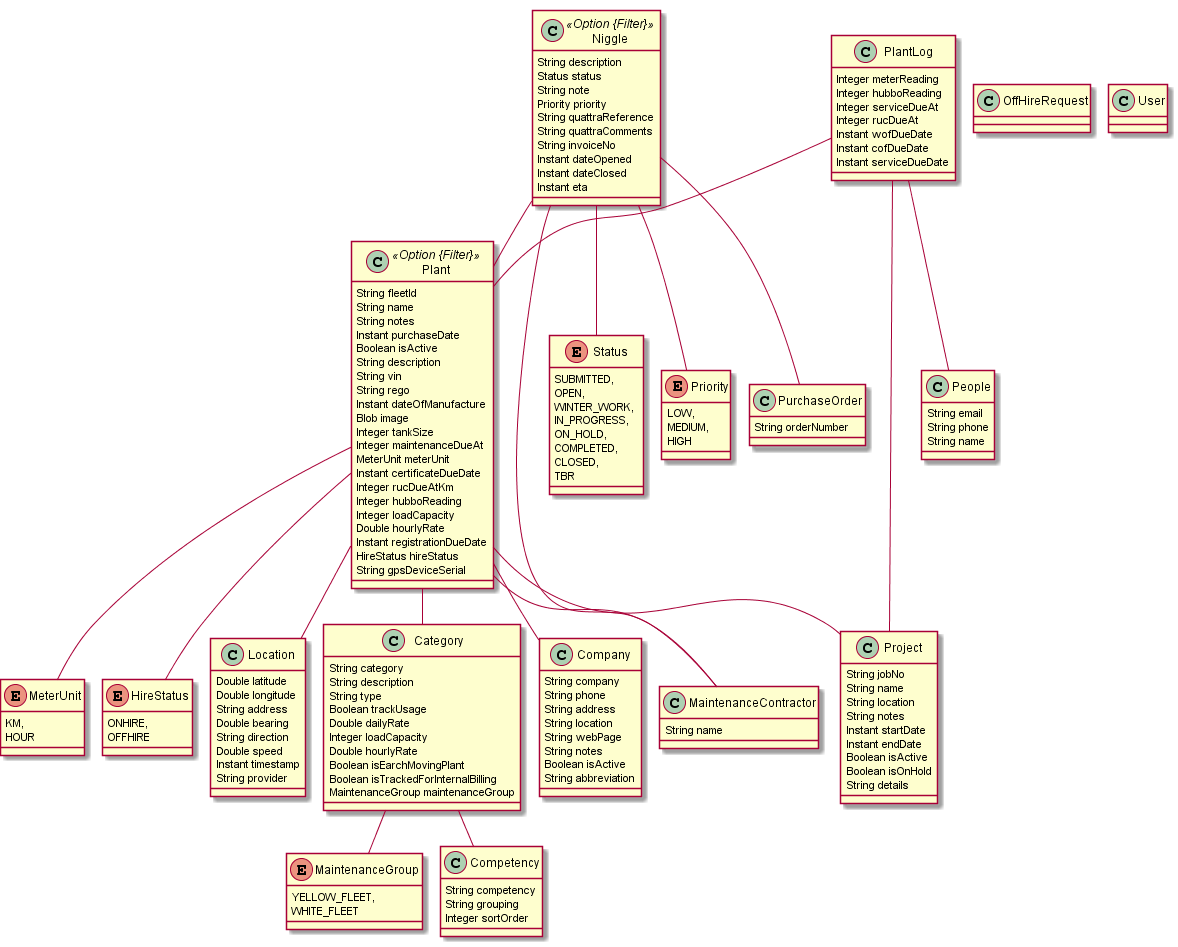
Above: jhipster-jdl.png in LIUTaichen/newShirley (PlantUML), before the change.
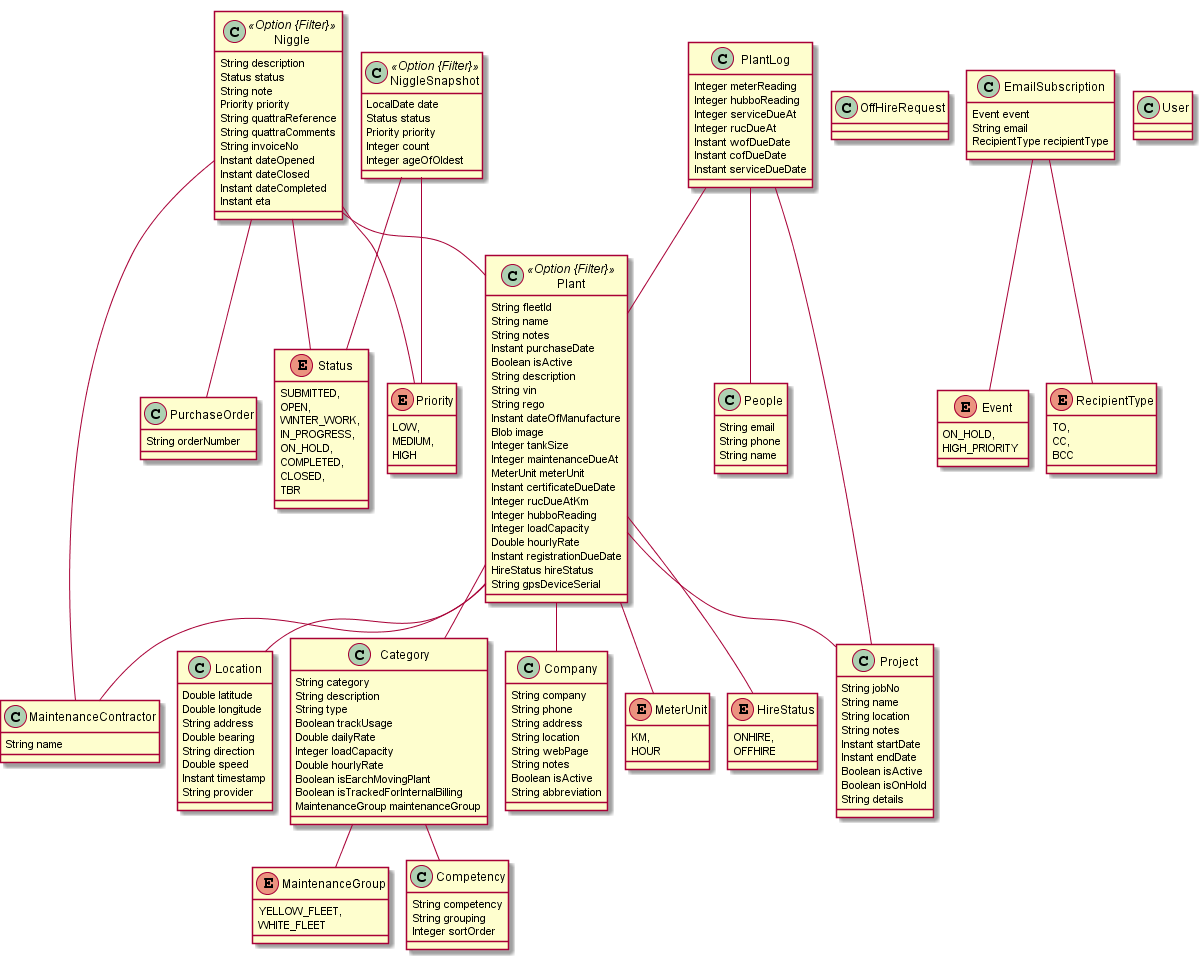
Above is the later version.

Diff of the diagram source:
```diff
@@ -103,6 +103,7 @@
 		String invoiceNo
 		Instant dateOpened
 		Instant dateClosed
+		Instant dateCompleted
 		Instant eta
 	}
 	Niggle ..> Status
@@ -134,6 +135,31 @@
 	class PurchaseOrder  {
 		String orderNumber
 	}
+	class NiggleSnapshot <<Option {Filter}>> {
+		LocalDate date
+		Status status
+		Priority priority
+		Integer count
+		Integer ageOfOldest
+	}
+	NiggleSnapshot ..> Status
+	NiggleSnapshot ..> Priority
+	class EmailSubscription  {
+		Event event
+		String email
+		RecipientType recipientType
+	}
+	EmailSubscription ..> Event
+	EmailSubscription ..> RecipientType
+	enum Event {
+		ON_HOLD,
+		HIGH_PRIORITY
+	}
+	enum RecipientType {
+		TO,
+		CC,
+		BCC
+	}
 	Plant  "category 0..* " o-- "0..1 "  Category
 	Plant  "owner 0..* " o-- "0..1 "  Company
 	Plant  "assignedContractor 0..* " o-- "0..1 "  MaintenanceContractor
```
